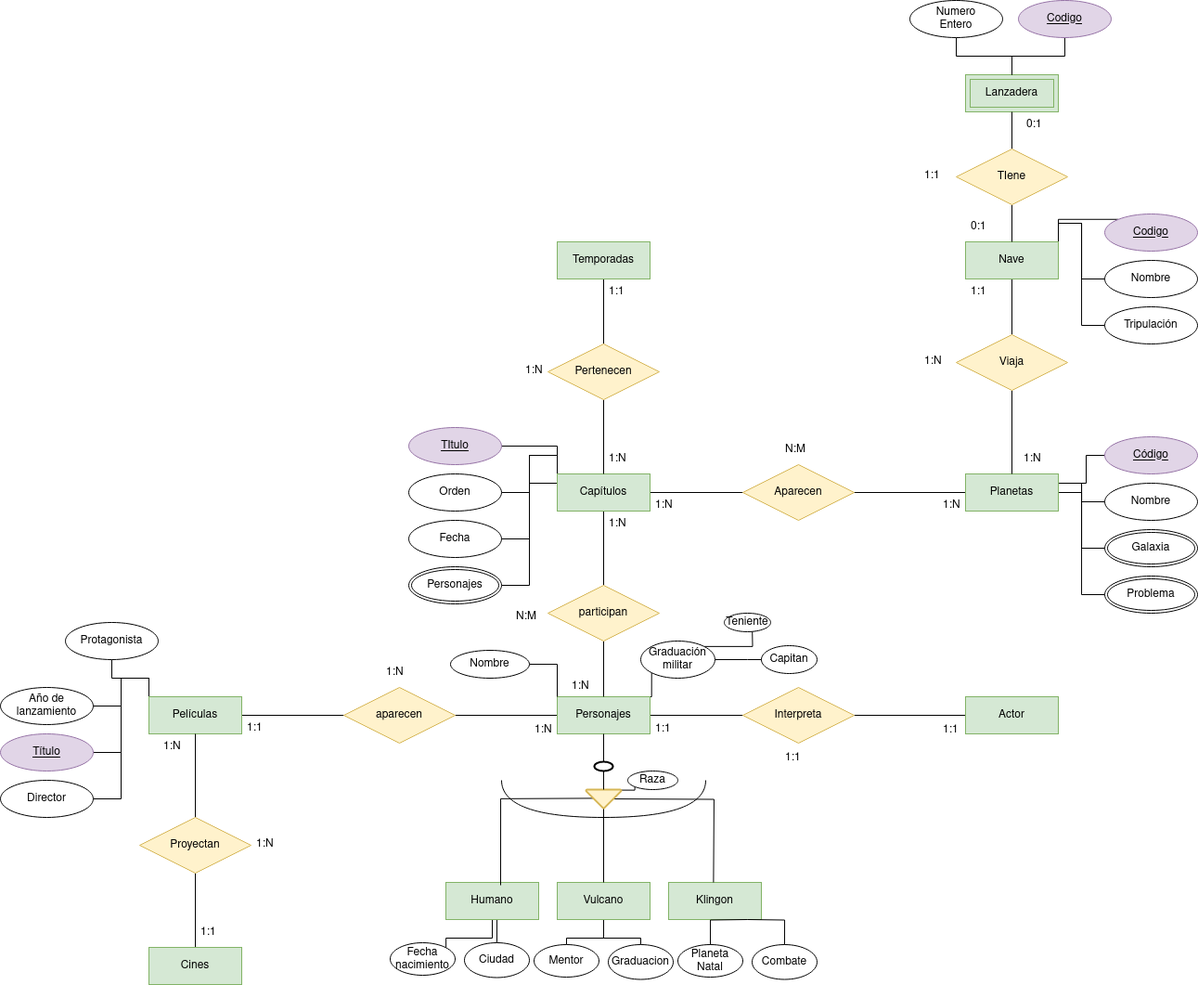
Earlier version of the draw.io export Unidad-1/Tareas/Tarea-evaluable3/Diagrama sin título.drawio.png (jdrguez/2-Daw). Source tidied: cells renumbered, new cells last; positions are measured from the earlier drawing's top-left corner, leaving out a move shared by most shapes.
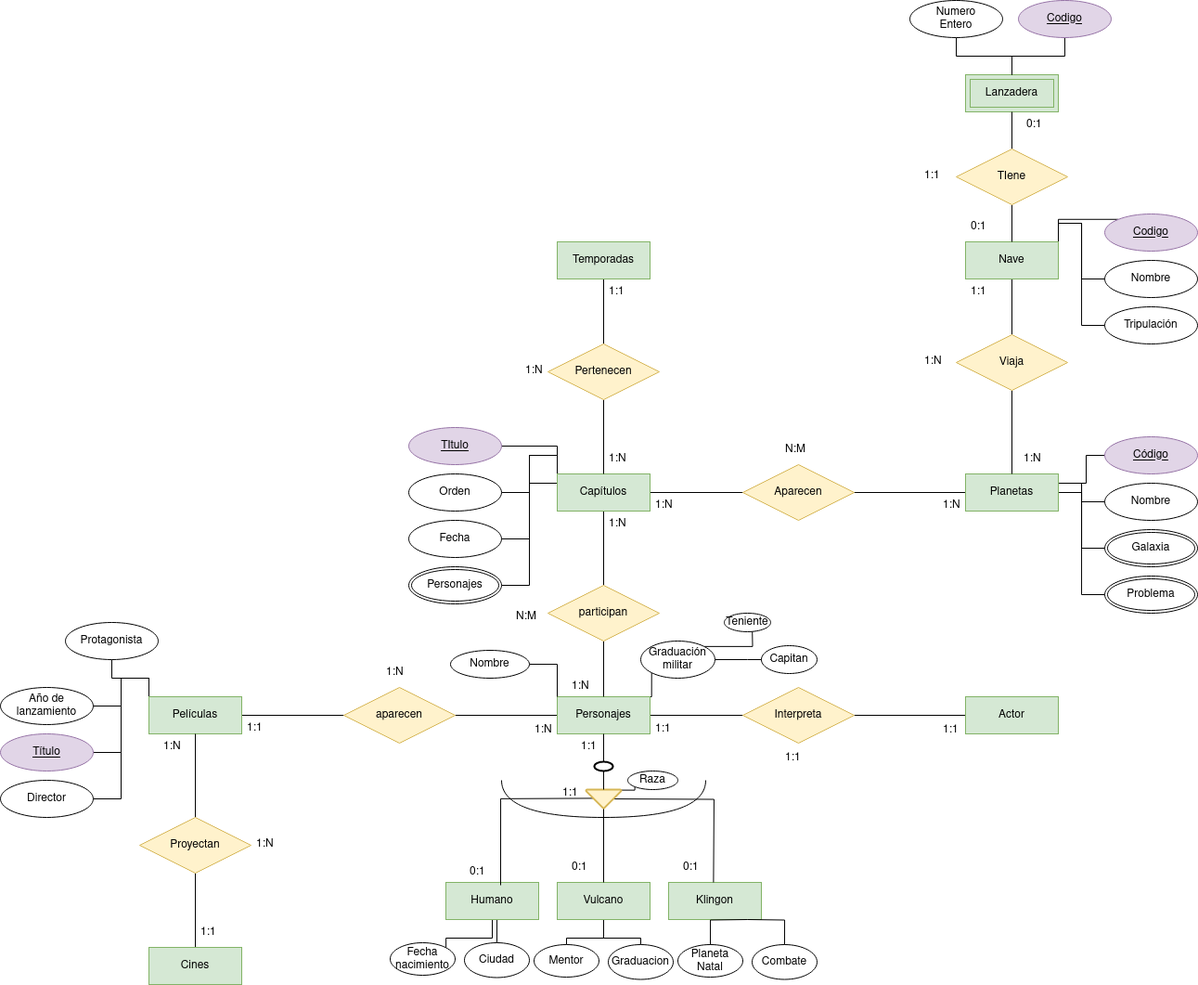
Above is the later version.

The edit, as a diff of the source:
```diff
@@ -392,5 +392,20 @@
     <mxCell id="125" value="Nombre" style="ellipse;whiteSpace=wrap;html=1;align=center;" parent="1" vertex="1">
       <mxGeometry x="485" y="700" width="85" height="30" as="geometry" />
     </mxCell>
+    <mxCell id="126" value="0:1" style="text;strokeColor=none;fillColor=none;spacingLeft=4;spacingRight=4;overflow=hidden;fontSize=12;whiteSpace=wrap;html=1;" parent="1" vertex="1">
+      <mxGeometry x="500" y="925" width="40" height="30" as="geometry" />
+    </mxCell>
+    <mxCell id="127" value="0:1" style="text;strokeColor=none;fillColor=none;spacingLeft=4;spacingRight=4;overflow=hidden;fontSize=12;whiteSpace=wrap;html=1;" parent="1" vertex="1">
+      <mxGeometry x="610" y="920" width="40" height="30" as="geometry" />
+    </mxCell>
+    <mxCell id="128" value="0:1" style="text;strokeColor=none;fillColor=none;spacingLeft=4;spacingRight=4;overflow=hidden;fontSize=12;whiteSpace=wrap;html=1;" parent="1" vertex="1">
+      <mxGeometry x="730" y="920" width="40" height="30" as="geometry" />
+    </mxCell>
+    <mxCell id="129" value="1:1" style="text;strokeColor=none;fillColor=none;spacingLeft=4;spacingRight=4;overflow=hidden;fontSize=12;whiteSpace=wrap;html=1;" parent="1" vertex="1">
+      <mxGeometry x="620" y="790" width="40" height="30" as="geometry" />
+    </mxCell>
+    <mxCell id="130" value="1:1" style="text;strokeColor=none;fillColor=none;spacingLeft=4;spacingRight=4;overflow=hidden;fontSize=12;whiteSpace=wrap;html=1;" parent="1" vertex="1">
+      <mxGeometry x="600" y="840" width="40" height="30" as="geometry" />
+    </mxCell>
   </root>
 </mxGraphModel>
```
